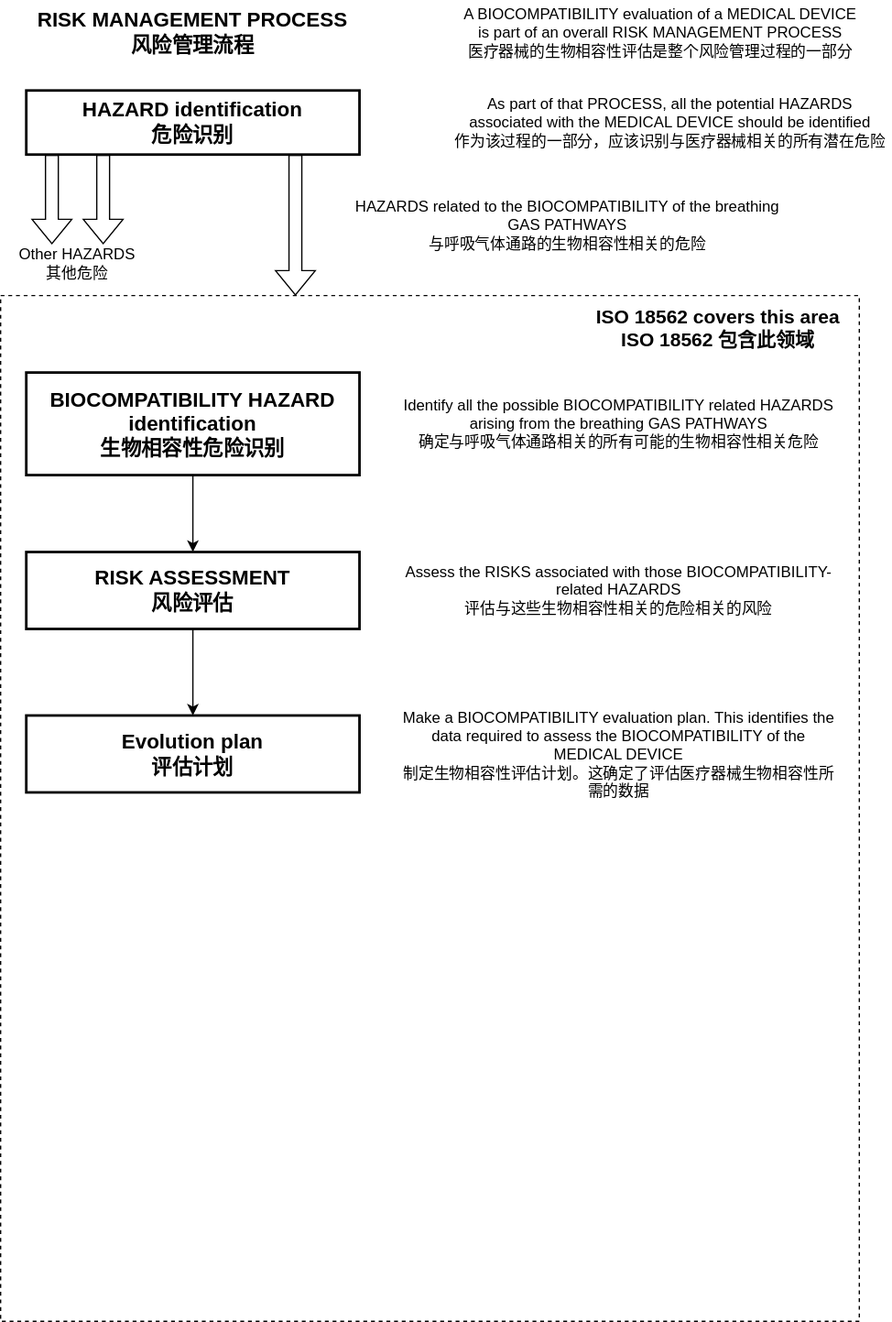
This is ISO 18562-1 Fig 1.drawio.svg from kamasylvia/draw.io, a draw.io export, as it was before one commit. Source tidied: cells renumbered, new cells last; positions are measured from the earlier drawing's top-left corner, leaving out a move shared by most shapes.
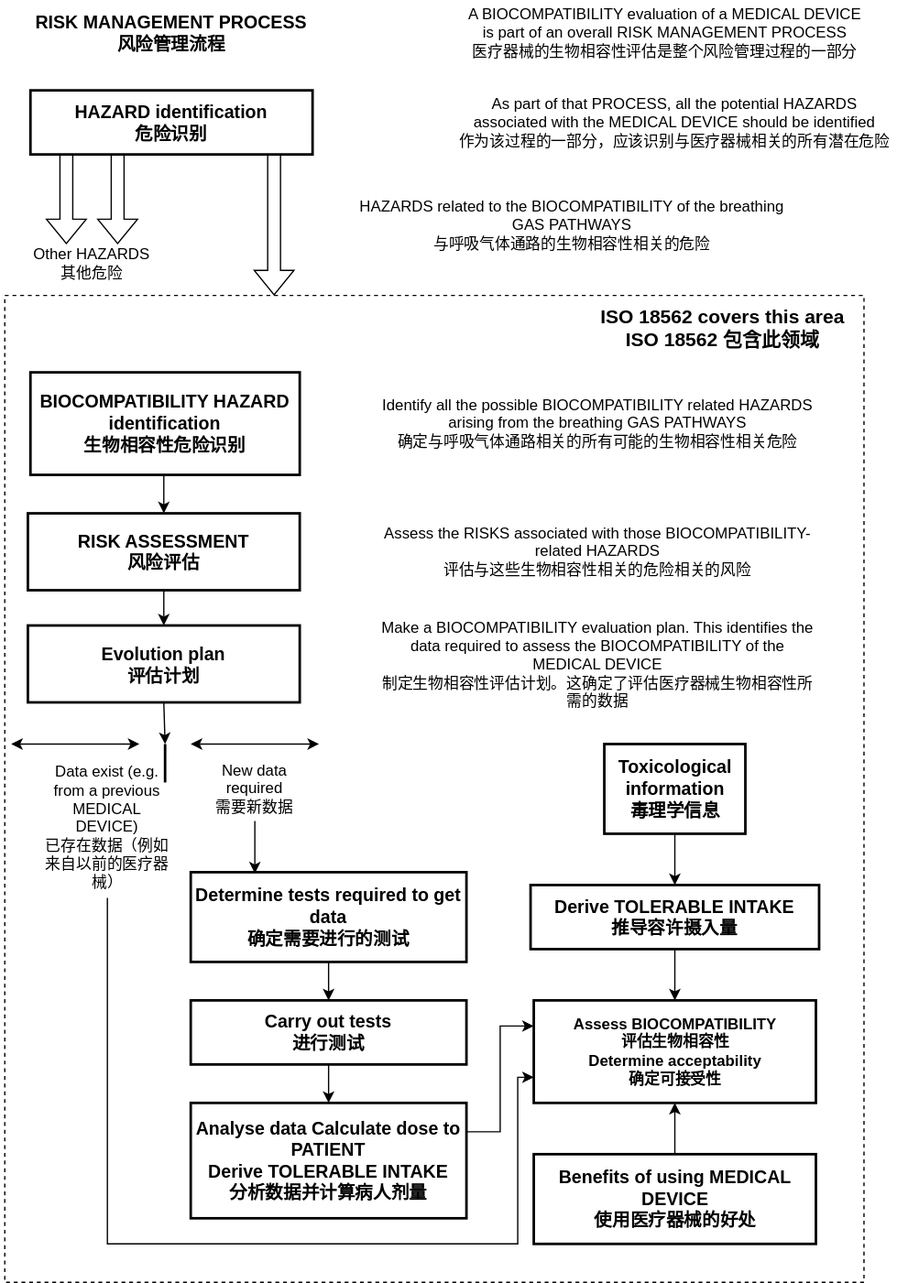
Later version of the same file.

The edit, as a diff of the source:
```diff
@@ -2,71 +2,148 @@
   <root>
     <mxCell id="0" />
     <mxCell id="1" parent="0" />
-    <mxCell id="2" value="RISK MANAGEMENT PROCESS&lt;br&gt;风险管理流程" style="text;html=1;strokeColor=none;fillColor=none;align=center;verticalAlign=middle;whiteSpace=wrap;rounded=0;fontStyle=1;fontSize=16;" parent="1" vertex="1">
-      <mxGeometry x="20" width="260" height="50" as="geometry" />
+    <mxCell id="2" value="RISK MANAGEMENT PROCESS&lt;br style=&quot;font-size: 14px;&quot;&gt;风险管理流程" style="text;html=1;strokeColor=none;fillColor=none;align=center;verticalAlign=middle;whiteSpace=wrap;rounded=0;fontStyle=1;fontSize=14;" parent="1" vertex="1">
+      <mxGeometry x="20" width="220" height="50" as="geometry" />
     </mxCell>
     <mxCell id="3" value="&lt;div&gt;A BIOCOMPATIBILITY evaluation of a MEDICAL DEVICE is&amp;nbsp;&lt;span style=&quot;background-color: initial;&quot;&gt;part of an overall RISK MANAGEMENT PROCESS&lt;/span&gt;&lt;/div&gt;&lt;div&gt;医疗器械的生物相容性评估是整个风险管理过程的一部分&lt;span style=&quot;background-color: initial;&quot;&gt;&lt;br&gt;&lt;/span&gt;&lt;/div&gt;" style="text;html=1;strokeColor=none;fillColor=none;align=center;verticalAlign=middle;whiteSpace=wrap;rounded=0;" parent="1" vertex="1">
       <mxGeometry x="350" width="330" height="50" as="geometry" />
     </mxCell>
-    <mxCell id="4" value="HAZARD identification&lt;br&gt;危险识别" style="text;html=1;strokeColor=default;fillColor=none;align=center;verticalAlign=middle;whiteSpace=wrap;rounded=0;fontStyle=1;fontSize=16;strokeWidth=2;" parent="1" vertex="1">
-      <mxGeometry x="20" y="70" width="260" height="50" as="geometry" />
+    <mxCell id="4" value="HAZARD identification&lt;br style=&quot;font-size: 14px;&quot;&gt;危险识别" style="text;html=1;strokeColor=default;fillColor=none;align=center;verticalAlign=middle;whiteSpace=wrap;rounded=0;fontStyle=1;fontSize=14;strokeWidth=2;" parent="1" vertex="1">
+      <mxGeometry x="20" y="70" width="220" height="50" as="geometry" />
     </mxCell>
     <mxCell id="5" value="&lt;div&gt;As part of that PROCESS, all the potential HAZARDS associated&amp;nbsp;&lt;span style=&quot;background-color: initial;&quot;&gt;with the MEDICAL DEVICE should be identified&lt;/span&gt;&lt;/div&gt;&lt;div&gt;作为该过程的一部分，应该识别与医疗器械相关的所有潜在危险&lt;span style=&quot;background-color: initial;&quot;&gt;&lt;br&gt;&lt;/span&gt;&lt;/div&gt;" style="text;html=1;strokeColor=none;fillColor=none;align=center;verticalAlign=middle;whiteSpace=wrap;rounded=0;" parent="1" vertex="1">
       <mxGeometry x="350" y="70" width="345" height="50" as="geometry" />
     </mxCell>
     <mxCell id="6" style="shape=flexArrow;endArrow=classic;html=1;rounded=0;" parent="1" edge="1">
       <mxGeometry relative="1" as="geometry">
-        <mxPoint x="40" y="120" as="sourcePoint" />
-        <mxPoint x="40" y="190" as="targetPoint" />
+        <mxPoint x="48" y="120" as="sourcePoint" />
+        <mxPoint x="48" y="190" as="targetPoint" />
       </mxGeometry>
     </mxCell>
     <mxCell id="7" style="shape=flexArrow;endArrow=classic;html=1;rounded=0;" parent="1" edge="1">
       <mxGeometry relative="1" as="geometry">
-        <mxPoint x="80" y="120" as="sourcePoint" />
-        <mxPoint x="80" y="190" as="targetPoint" />
+        <mxPoint x="88" y="120" as="sourcePoint" />
+        <mxPoint x="88" y="190" as="targetPoint" />
       </mxGeometry>
     </mxCell>
     <mxCell id="8" value="Other HAZARDS&lt;br&gt;其他危险" style="text;html=1;strokeColor=none;fillColor=none;align=center;verticalAlign=middle;whiteSpace=wrap;rounded=0;" parent="1" vertex="1">
-      <mxGeometry x="10" y="190" width="100" height="30" as="geometry" />
+      <mxGeometry x="18" y="190" width="100" height="30" as="geometry" />
     </mxCell>
     <mxCell id="9" style="shape=flexArrow;endArrow=classic;html=1;rounded=0;" parent="1" edge="1">
       <mxGeometry relative="1" as="geometry">
-        <mxPoint x="230" y="120" as="sourcePoint" />
-        <mxPoint x="230" y="230" as="targetPoint" />
+        <mxPoint x="210" y="120" as="sourcePoint" />
+        <mxPoint x="210" y="230" as="targetPoint" />
       </mxGeometry>
     </mxCell>
     <mxCell id="10" value="HAZARDS related to the BIOCOMPATIBILITY of the breathing GAS PATHWAYS&lt;div&gt;与呼吸气体通路的生物相容性相关的危险&lt;br&gt;&lt;/div&gt;" style="text;html=1;strokeColor=none;fillColor=none;align=center;verticalAlign=middle;whiteSpace=wrap;rounded=0;" parent="1" vertex="1">
       <mxGeometry x="270" y="150" width="345" height="50" as="geometry" />
     </mxCell>
     <mxCell id="11" style="rounded=0;whiteSpace=wrap;html=1;dashed=1;fillColor=none;" parent="1" vertex="1">
-      <mxGeometry y="230" width="670" height="800" as="geometry" />
+      <mxGeometry y="230" width="670" height="770" as="geometry" />
     </mxCell>
-    <mxCell id="12" style="edgeStyle=orthogonalEdgeStyle;rounded=0;jettySize=auto;html=1;exitX=0.5;exitY=1;exitDx=0;exitDy=0;entryX=0.5;entryY=0;entryDx=0;entryDy=0;" parent="1" edge="1" source="13" target="15">
+    <mxCell id="12" style="edgeStyle=orthogonalEdgeStyle;rounded=0;jettySize=auto;html=1;exitX=0.5;exitY=1;exitDx=0;exitDy=0;entryX=0.5;entryY=0;entryDx=0;entryDy=0;fontSize=14;" parent="1" edge="1" source="13" target="15">
       <mxGeometry relative="1" as="geometry" />
     </mxCell>
-    <mxCell id="13" value="BIOCOMPATIBILITY HAZARD identification&lt;br&gt;生物相容性危险识别" style="text;html=1;strokeColor=default;fillColor=none;align=center;verticalAlign=middle;whiteSpace=wrap;rounded=0;fontStyle=1;fontSize=16;strokeWidth=2;" parent="1" vertex="1">
-      <mxGeometry x="20" y="290" width="260" height="80" as="geometry" />
+    <mxCell id="13" value="BIOCOMPATIBILITY HAZARD identification&lt;br style=&quot;font-size: 14px;&quot;&gt;生物相容性危险识别" style="text;html=1;strokeColor=default;fillColor=none;align=center;verticalAlign=middle;whiteSpace=wrap;rounded=0;fontStyle=1;fontSize=14;strokeWidth=2;" parent="1" vertex="1">
+      <mxGeometry x="20" y="290" width="210" height="80" as="geometry" />
     </mxCell>
-    <mxCell id="14" style="edgeStyle=orthogonalEdgeStyle;rounded=0;jettySize=auto;html=1;exitX=0.5;exitY=1;exitDx=0;exitDy=0;entryX=0.5;entryY=0;entryDx=0;entryDy=0;" parent="1" edge="1" source="15" target="16">
+    <mxCell id="14" style="edgeStyle=orthogonalEdgeStyle;rounded=0;jettySize=auto;html=1;exitX=0.5;exitY=1;exitDx=0;exitDy=0;entryX=0.5;entryY=0;entryDx=0;entryDy=0;fontSize=14;" parent="1" edge="1" source="15" target="16">
       <mxGeometry relative="1" as="geometry" />
     </mxCell>
-    <mxCell id="15" value="RISK ASSESSMENT&lt;br&gt;风险评估" style="text;html=1;strokeColor=default;fillColor=none;align=center;verticalAlign=middle;whiteSpace=wrap;rounded=0;fontStyle=1;fontSize=16;strokeWidth=2;" parent="1" vertex="1">
-      <mxGeometry x="20" y="430" width="260" height="60" as="geometry" />
+    <mxCell id="15" value="RISK ASSESSMENT&lt;br style=&quot;font-size: 14px;&quot;&gt;风险评估" style="text;html=1;strokeColor=default;fillColor=none;align=center;verticalAlign=middle;whiteSpace=wrap;rounded=0;fontStyle=1;fontSize=14;strokeWidth=2;" parent="1" vertex="1">
+      <mxGeometry x="18" y="400" width="212" height="60" as="geometry" />
     </mxCell>
-    <mxCell id="16" value="Evolution plan&lt;br&gt;评估计划" style="text;html=1;strokeColor=default;fillColor=none;align=center;verticalAlign=middle;whiteSpace=wrap;rounded=0;fontStyle=1;fontSize=16;strokeWidth=2;" parent="1" vertex="1">
-      <mxGeometry x="20" y="557.5" width="260" height="60" as="geometry" />
+    <mxCell id="16" value="Evolution plan&lt;br style=&quot;font-size: 14px;&quot;&gt;评估计划" style="text;html=1;strokeColor=default;fillColor=none;align=center;verticalAlign=middle;whiteSpace=wrap;rounded=0;fontStyle=1;fontSize=14;strokeWidth=2;" parent="1" vertex="1">
+      <mxGeometry x="18" y="487.5" width="212" height="60" as="geometry" />
     </mxCell>
     <mxCell id="17" value="&lt;b style=&quot;font-size: 15px;&quot;&gt;ISO 18562 covers this area&lt;br&gt;ISO 18562 包含此领域&lt;/b&gt;" style="text;html=1;strokeColor=none;fillColor=none;align=center;verticalAlign=middle;whiteSpace=wrap;rounded=0;" parent="1" vertex="1">
       <mxGeometry x="460" y="240" width="200" height="30" as="geometry" />
     </mxCell>
     <mxCell id="18" value="&lt;span style=&quot;background-color: initial;&quot;&gt;Identify all the possible BIOCOMPATIBILITY related HAZARDS arising from the breathing GAS PATHWAYS&lt;br&gt;&lt;/span&gt;确定与呼吸气体通路相关的所有可能的生物相容性相关危险" style="text;html=1;strokeColor=none;fillColor=none;align=center;verticalAlign=middle;whiteSpace=wrap;rounded=0;" parent="1" vertex="1">
-      <mxGeometry x="310" y="305" width="345" height="50" as="geometry" />
+      <mxGeometry x="290" y="305" width="345" height="50" as="geometry" />
     </mxCell>
     <mxCell id="19" value="Assess the RISKS associated with those BIOCOMPATIBILITY-related HAZARDS&lt;br&gt;评估与这些生物相容性相关的危险相关的风险" style="text;html=1;strokeColor=none;fillColor=none;align=center;verticalAlign=middle;whiteSpace=wrap;rounded=0;" parent="1" vertex="1">
-      <mxGeometry x="310" y="435" width="345" height="50" as="geometry" />
+      <mxGeometry x="290" y="405" width="345" height="50" as="geometry" />
     </mxCell>
     <mxCell id="20" value="Make a BIOCOMPATIBILITY evaluation plan. This identifies the data required to assess the BIOCOMPATIBILITY of the MEDICAL DEVICE&lt;br&gt;制定生物相容性评估计划。这确定了评估医疗器械生物相容性所需的数据" style="text;html=1;strokeColor=none;fillColor=none;align=center;verticalAlign=middle;whiteSpace=wrap;rounded=0;" parent="1" vertex="1">
-      <mxGeometry x="310" y="550" width="345" height="75" as="geometry" />
+      <mxGeometry x="290" y="480" width="345" height="75" as="geometry" />
     </mxCell>
+    <mxCell id="21" style="line;strokeWidth=2;direction=south;html=1;" parent="1" vertex="1">
+      <mxGeometry x="120" y="580" width="10" height="30" as="geometry" />
+    </mxCell>
+    <mxCell id="22" style="endArrow=classic;html=1;rounded=0;exitX=0.5;exitY=1;exitDx=0;exitDy=0;entryX=0;entryY=0.5;entryDx=0;entryDy=0;entryPerimeter=0;" parent="1" edge="1" source="16" target="21">
+      <mxGeometry relative="1" as="geometry" />
+    </mxCell>
+    <mxCell id="23" style="endArrow=classic;startArrow=classic;html=1;rounded=0;" parent="1" edge="1">
+      <mxGeometry relative="1" as="geometry">
+        <mxPoint x="5" y="580" as="sourcePoint" />
+        <mxPoint x="105" y="580" as="targetPoint" />
+      </mxGeometry>
+    </mxCell>
+    <mxCell id="24" style="endArrow=classic;startArrow=classic;html=1;rounded=0;" parent="1" edge="1">
+      <mxGeometry relative="1" as="geometry">
+        <mxPoint x="145" y="580" as="sourcePoint" />
+        <mxPoint x="245" y="580" as="targetPoint" />
+      </mxGeometry>
+    </mxCell>
+    <mxCell id="25" style="edgeStyle=orthogonalEdgeStyle;rounded=0;jettySize=auto;html=1;exitX=0.5;exitY=1;exitDx=0;exitDy=0;entryX=0;entryY=0.75;entryDx=0;entryDy=0;" parent="1" edge="1" source="26" target="41">
+      <mxGeometry relative="1" as="geometry">
+        <Array as="points">
+          <mxPoint x="80" y="970" />
+          <mxPoint x="400" y="970" />
+          <mxPoint x="400" y="840" />
+        </Array>
+      </mxGeometry>
+    </mxCell>
+    <mxCell id="26" value="Data exist (e.g. from a previous MEDICAL DEVICE)&lt;br&gt;已存在数据（例如来自以前的医疗器械）" style="text;html=1;strokeColor=none;fillColor=none;align=center;verticalAlign=middle;whiteSpace=wrap;rounded=0;" parent="1" vertex="1">
+      <mxGeometry x="30" y="590" width="100" height="110" as="geometry" />
+    </mxCell>
+    <mxCell id="27" style="edgeStyle=orthogonalEdgeStyle;rounded=0;jettySize=auto;html=1;exitX=0.5;exitY=1;exitDx=0;exitDy=0;entryX=0.3;entryY=0.014;entryDx=0;entryDy=0;entryPerimeter=0;" parent="1" edge="1" source="28">
+      <mxGeometry relative="1" as="geometry">
+        <mxPoint x="195" y="681" as="targetPoint" />
+      </mxGeometry>
+    </mxCell>
+    <mxCell id="28" value="New data required&lt;br&gt;需要新数据" style="text;html=1;strokeColor=none;fillColor=none;align=center;verticalAlign=middle;whiteSpace=wrap;rounded=0;" parent="1" vertex="1">
+      <mxGeometry x="145" y="590" width="100" height="50" as="geometry" />
+    </mxCell>
+    <mxCell id="29" style="edgeStyle=orthogonalEdgeStyle;rounded=0;jettySize=auto;html=1;exitX=0.5;exitY=1;exitDx=0;exitDy=0;entryX=0.5;entryY=0;entryDx=0;entryDy=0;fontSize=14;" parent="1" edge="1" source="30" target="32">
+      <mxGeometry relative="1" as="geometry" />
+    </mxCell>
+    <mxCell id="30" value="Determine tests required to get data&lt;br style=&quot;font-size: 14px;&quot;&gt;确定需要进行的测试" style="text;html=1;strokeColor=default;fillColor=none;align=center;verticalAlign=middle;whiteSpace=wrap;rounded=0;fontStyle=1;fontSize=14;strokeWidth=2;" parent="1" vertex="1">
+      <mxGeometry x="145" y="680" width="215" height="70" as="geometry" />
+    </mxCell>
+    <mxCell id="31" style="edgeStyle=orthogonalEdgeStyle;rounded=0;jettySize=auto;html=1;exitX=0.5;exitY=1;exitDx=0;exitDy=0;entryX=0.5;entryY=0;entryDx=0;entryDy=0;fontSize=14;" parent="1" edge="1" source="32" target="34">
+      <mxGeometry relative="1" as="geometry" />
+    </mxCell>
+    <mxCell id="32" value="Carry out tests&lt;br style=&quot;font-size: 14px;&quot;&gt;进行测试" style="text;html=1;strokeColor=default;fillColor=none;align=center;verticalAlign=middle;whiteSpace=wrap;rounded=0;fontStyle=1;fontSize=14;strokeWidth=2;" parent="1" vertex="1">
+      <mxGeometry x="145" y="780" width="215" height="50" as="geometry" />
+    </mxCell>
+    <mxCell id="33" style="edgeStyle=orthogonalEdgeStyle;rounded=0;jettySize=auto;html=1;exitX=1;exitY=0.25;exitDx=0;exitDy=0;entryX=0;entryY=0.25;entryDx=0;entryDy=0;" parent="1" edge="1" source="34" target="41">
+      <mxGeometry relative="1" as="geometry" />
+    </mxCell>
+    <mxCell id="34" value="&lt;div style=&quot;font-size: 14px;&quot;&gt;Analyse data Calculate dose to PATIENT&lt;/div&gt;Derive TOLERABLE INTAKE&lt;br style=&quot;font-size: 14px;&quot;&gt;分析数据并计算病人剂量" style="text;html=1;strokeColor=default;fillColor=none;align=center;verticalAlign=middle;whiteSpace=wrap;rounded=0;fontStyle=1;fontSize=14;strokeWidth=2;" parent="1" vertex="1">
+      <mxGeometry x="145" y="860" width="215" height="90" as="geometry" />
+    </mxCell>
+    <mxCell id="35" style="edgeStyle=orthogonalEdgeStyle;rounded=0;jettySize=auto;html=1;exitX=0.5;exitY=1;exitDx=0;exitDy=0;entryX=0.5;entryY=0;entryDx=0;entryDy=0;" parent="1" edge="1" source="36" target="41">
+      <mxGeometry relative="1" as="geometry" />
+    </mxCell>
+    <mxCell id="36" value="Derive TOLERABLE INTAKE&lt;br style=&quot;font-size: 14px;&quot;&gt;推导容许摄入量" style="text;html=1;strokeColor=default;fillColor=none;align=center;verticalAlign=middle;whiteSpace=wrap;rounded=0;fontStyle=1;fontSize=14;strokeWidth=2;" parent="1" vertex="1">
+      <mxGeometry x="410" y="690" width="225" height="50" as="geometry" />
+    </mxCell>
+    <mxCell id="37" style="edgeStyle=orthogonalEdgeStyle;rounded=0;jettySize=auto;html=1;exitX=0.5;exitY=0;exitDx=0;exitDy=0;entryX=0.5;entryY=1;entryDx=0;entryDy=0;" parent="1" edge="1" source="38" target="41">
+      <mxGeometry relative="1" as="geometry" />
+    </mxCell>
+    <mxCell id="38" value="Benefits of using MEDICAL DEVICE&lt;br style=&quot;font-size: 14px;&quot;&gt;使用医疗器械的好处" style="text;html=1;strokeColor=default;fillColor=none;align=center;verticalAlign=middle;whiteSpace=wrap;rounded=0;fontStyle=1;fontSize=14;strokeWidth=2;" parent="1" vertex="1">
+      <mxGeometry x="412.5" y="900" width="220" height="70" as="geometry" />
+    </mxCell>
+    <mxCell id="39" style="edgeStyle=orthogonalEdgeStyle;rounded=0;jettySize=auto;html=1;exitX=0.5;exitY=1;exitDx=0;exitDy=0;entryX=0.5;entryY=0;entryDx=0;entryDy=0;" parent="1" edge="1" source="40" target="36">
+      <mxGeometry relative="1" as="geometry" />
+    </mxCell>
+    <mxCell id="40" value="&lt;b style=&quot;font-size: 14px;&quot;&gt;Toxicological information&lt;br style=&quot;font-size: 14px;&quot;&gt;毒理学信息&lt;/b&gt;" style="text;html=1;strokeColor=default;fillColor=none;align=center;verticalAlign=middle;whiteSpace=wrap;rounded=0;strokeWidth=2;fontSize=14;" parent="1" vertex="1">
+      <mxGeometry x="467.5" y="580" width="110" height="70" as="geometry" />
+    </mxCell>
+    <mxCell id="41" value="&lt;b&gt;Assess BIOCOMPATIBILITY&lt;br&gt;评估生物相容性&lt;br&gt;Determine acceptability&lt;br&gt;确定可接受性&lt;/b&gt;" style="text;html=1;strokeColor=default;fillColor=none;align=center;verticalAlign=middle;whiteSpace=wrap;rounded=0;strokeWidth=2;" parent="1" vertex="1">
+      <mxGeometry x="412.5" y="780" width="220" height="80" as="geometry" />
+    </mxCell>
   </root>
 </mxGraphModel>
```
